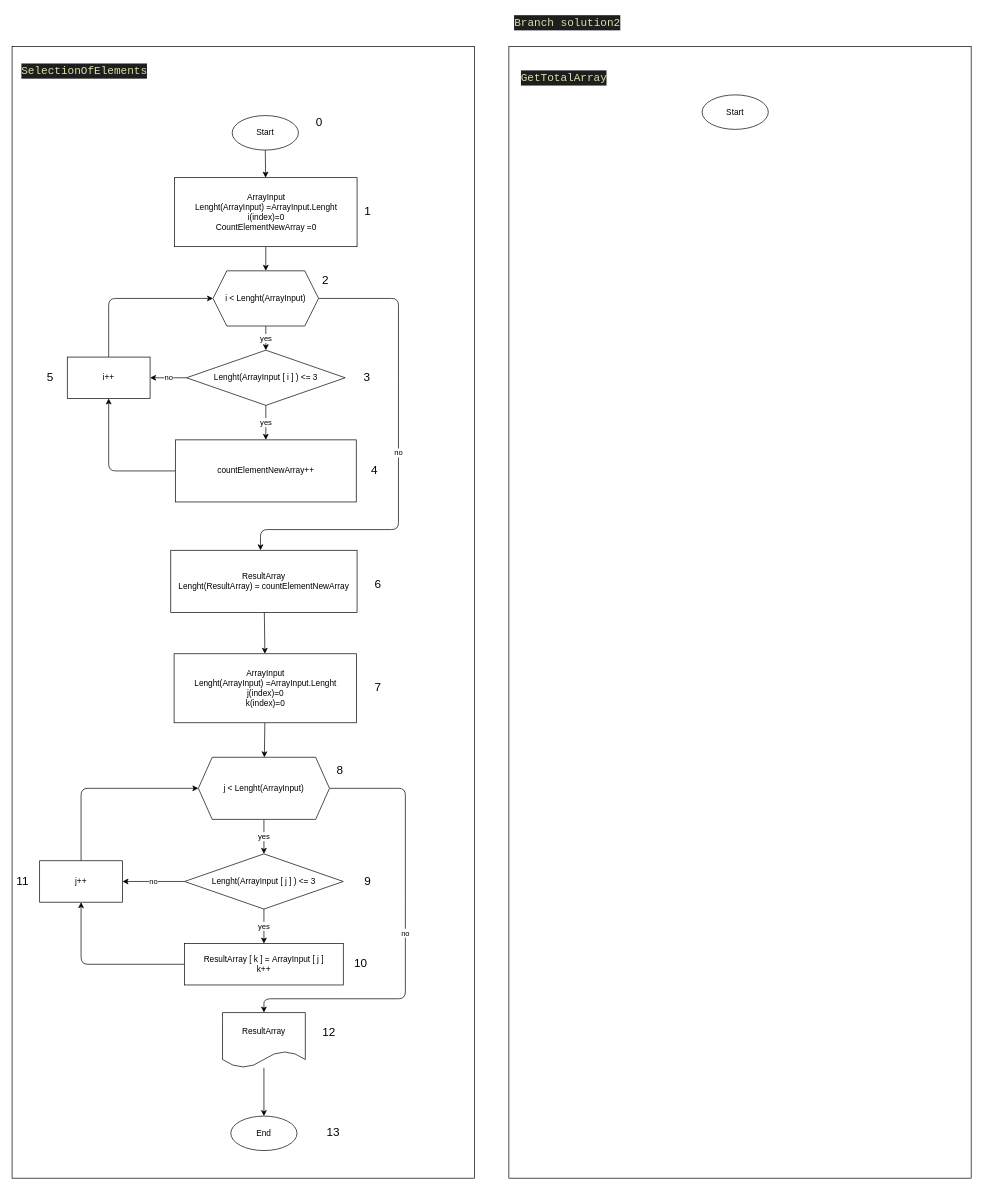
Above: Task/al.drawio in KuroTamashiAF/Final-test-work (draw.io), before the change. Source tidied: cells renumbered, new cells numbered last; positions are measured from the earlier drawing's top-left corner, leaving out a move shared by most shapes. Both pictures are drawn from the tidied source at 69%, with x=0, y=0 at pixel (12, 12).
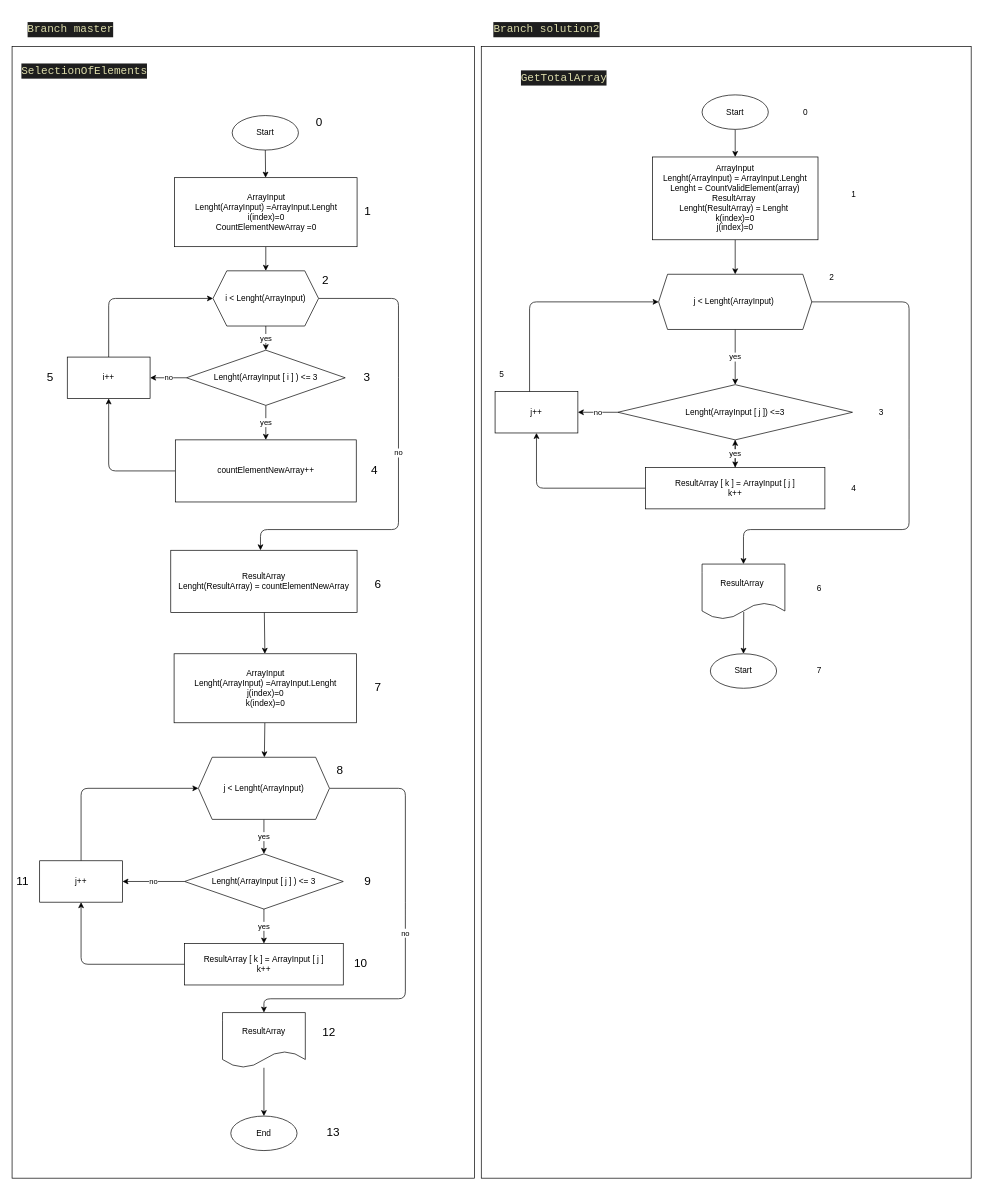
The same diagram, later.

Commit message:
add block diagram solution 2

The change refers to these unchanged cells:
```xml
<mxCell id="50" value="Start" style="ellipse;whiteSpace=wrap;html=1;" parent="1" vertex="1">
  <mxGeometry x="1000" y="120" width="96" height="50" as="geometry" />
</mxCell>
```

What changed in the source:
```diff
@@
     <mxCell id="2" style="rounded=0;whiteSpace=wrap;html=1;" parent="1" vertex="1">
-      <mxGeometry x="720" y="50" width="670" height="1640" as="geometry" />
+      <mxGeometry x="680" y="50" width="710" height="1640" as="geometry" />
     </mxCell>
@@
+    <mxCell id="53" style="edgeStyle=none;html=1;" parent="1" edge="1" source="50" target="55">
+      <mxGeometry relative="1" as="geometry" />
+    </mxCell>
@@
     <mxCell id="52" value="&lt;div style=&quot;background-color: rgb(30 , 30 , 30) ; font-family: &amp;#34;consolas&amp;#34; , &amp;#34;courier new&amp;#34; , monospace ; font-size: 16px ; line-height: 22px&quot;&gt;&lt;font color=&quot;#dcdcaa&quot;&gt;Branch solution2&lt;/font&gt;&lt;/div&gt;" style="text;html=1;strokeColor=none;fillColor=none;align=center;verticalAlign=middle;whiteSpace=wrap;rounded=0;" parent="1" vertex="1">
-      <mxGeometry x="720" width="170" height="30" as="geometry" />
+      <mxGeometry x="690" y="10" width="170" height="30" as="geometry" />
     </mxCell>
+    <mxCell id="54" style="edgeStyle=none;html=1;" parent="1" edge="1" source="55" target="57">
+      <mxGeometry relative="1" as="geometry" />
+    </mxCell>
+    <mxCell id="55" value="ArrayInput&lt;br&gt;Lenght(ArrayInput) = ArrayInput.Lenght&lt;br&gt;Lenght = CountValidElement(array)&lt;br&gt;ResultArray&amp;nbsp;&lt;br&gt;Lenght(ResultArray) = Lenght&amp;nbsp;&lt;br&gt;k(index)=0&lt;br&gt;j(index)=0" style="whiteSpace=wrap;html=1;" parent="1" vertex="1">
+      <mxGeometry x="928" y="210" width="240" height="120" as="geometry" />
+    </mxCell>
+    <mxCell id="56" value="yes" style="edgeStyle=none;html=1;" parent="1" edge="1" source="57" target="60">
+      <mxGeometry relative="1" as="geometry" />
+    </mxCell>
+    <mxCell id="57" value="j &amp;lt; Lenght(ArrayInput)&amp;nbsp;" style="shape=hexagon;perimeter=hexagonPerimeter2;whiteSpace=wrap;html=1;fixedSize=1;size=13;" parent="1" vertex="1">
+      <mxGeometry x="937" y="380" width="222" height="80" as="geometry" />
+    </mxCell>
+    <mxCell id="58" style="edgeStyle=none;html=1;" parent="1" edge="1" source="60" target="63">
+      <mxGeometry relative="1" as="geometry" />
+    </mxCell>
+    <mxCell id="59" value="no" style="edgeStyle=none;html=1;entryX=1;entryY=0.5;entryDx=0;entryDy=0;" parent="1" edge="1" source="60" target="65">
+      <mxGeometry relative="1" as="geometry" />
+    </mxCell>
+    <mxCell id="60" value="&lt;span&gt;Lenght(ArrayInput [ j ]) &amp;lt;=3&lt;/span&gt;" style="rhombus;whiteSpace=wrap;html=1;" parent="1" vertex="1">
+      <mxGeometry x="878" y="540" width="340" height="80" as="geometry" />
+    </mxCell>
+    <mxCell id="61" value="yes" style="edgeStyle=none;html=1;" parent="1" edge="1" source="63" target="60">
+      <mxGeometry relative="1" as="geometry" />
+    </mxCell>
+    <mxCell id="62" style="edgeStyle=none;html=1;" parent="1" edge="1" source="63" target="65">
+      <mxGeometry relative="1" as="geometry">
+        <Array as="points">
+          <mxPoint x="760" y="690" />
+        </Array>
+      </mxGeometry>
+    </mxCell>
+    <mxCell id="63" value="&lt;span&gt;ResultArray [ k ] =&amp;nbsp;&lt;/span&gt;ArrayInput [ j ]&lt;br&gt;k++" style="whiteSpace=wrap;html=1;" parent="1" vertex="1">
+      <mxGeometry x="918" y="660" width="260" height="60" as="geometry" />
+    </mxCell>
+    <mxCell id="64" value="&lt;div style=&quot;background-color: rgb(30 , 30 , 30) ; font-family: &amp;#34;consolas&amp;#34; , &amp;#34;courier new&amp;#34; , monospace ; font-size: 16px ; line-height: 22px&quot;&gt;&lt;font color=&quot;#dcdcaa&quot;&gt;Branch master&lt;/font&gt;&lt;/div&gt;" style="text;html=1;strokeColor=none;fillColor=none;align=center;verticalAlign=middle;whiteSpace=wrap;rounded=0;" parent="1" vertex="1">
+      <mxGeometry y="10" width="170" height="30" as="geometry" />
+    </mxCell>
+    <mxCell id="65" value="j++" style="whiteSpace=wrap;html=1;" parent="1" vertex="1">
+      <mxGeometry x="700" y="550" width="120" height="60" as="geometry" />
+    </mxCell>
+    <mxCell id="66" style="endArrow=classic;html=1;strokeColor=default;entryX=0;entryY=0.5;entryDx=0;entryDy=0;" parent="1" edge="1" target="57">
+      <mxGeometry relative="1" as="geometry">
+        <mxPoint x="750" y="550" as="sourcePoint" />
+        <Array as="points">
+          <mxPoint x="750" y="420" />
+        </Array>
+      </mxGeometry>
+    </mxCell>
+    <mxCell id="67" value="&lt;span&gt;ResultArray&amp;nbsp;&lt;/span&gt;" style="shape=document;whiteSpace=wrap;html=1;boundedLbl=1;" parent="1" vertex="1">
+      <mxGeometry x="1000" y="800" width="120" height="80" as="geometry" />
+    </mxCell>
+    <mxCell id="68" style="endArrow=classic;html=1;strokeColor=default;exitX=1;exitY=0.5;exitDx=0;exitDy=0;entryX=0.5;entryY=0;entryDx=0;entryDy=0;" parent="1" edge="1" source="57" target="67">
+      <mxGeometry relative="1" as="geometry">
+        <Array as="points">
+          <mxPoint x="1300" y="420" />
+          <mxPoint x="1300" y="610" />
+          <mxPoint x="1300" y="750" />
+          <mxPoint x="1060" y="750" />
+        </Array>
+      </mxGeometry>
+    </mxCell>
+    <mxCell id="69" value="Start" style="ellipse;whiteSpace=wrap;html=1;" parent="1" vertex="1">
+      <mxGeometry x="1012" y="930" width="96" height="50" as="geometry" />
+    </mxCell>
+    <mxCell id="70" style="endArrow=classic;html=1;strokeColor=default;entryX=0.5;entryY=0;entryDx=0;entryDy=0;exitX=0.503;exitY=0.867;exitDx=0;exitDy=0;exitPerimeter=0;" parent="1" edge="1" source="67" target="69">
+      <mxGeometry relative="1" as="geometry" />
+    </mxCell>
+    <mxCell id="71" value="0" style="text;html=1;strokeColor=none;fillColor=none;align=center;verticalAlign=middle;whiteSpace=wrap;rounded=0;" parent="1" vertex="1">
+      <mxGeometry x="1120" y="130" width="60" height="30" as="geometry" />
+    </mxCell>
+    <mxCell id="72" value="1" style="text;html=1;strokeColor=none;fillColor=none;align=center;verticalAlign=middle;whiteSpace=wrap;rounded=0;" parent="1" vertex="1">
+      <mxGeometry x="1190" y="250" width="60" height="30" as="geometry" />
+    </mxCell>
+    <mxCell id="73" value="2" style="text;html=1;strokeColor=none;fillColor=none;align=center;verticalAlign=middle;whiteSpace=wrap;rounded=0;" parent="1" vertex="1">
+      <mxGeometry x="1158" y="370" width="60" height="30" as="geometry" />
+    </mxCell>
+    <mxCell id="74" value="3" style="text;html=1;strokeColor=none;fillColor=none;align=center;verticalAlign=middle;whiteSpace=wrap;rounded=0;" parent="1" vertex="1">
+      <mxGeometry x="1230" y="565" width="60" height="30" as="geometry" />
+    </mxCell>
+    <mxCell id="75" value="4" style="text;html=1;strokeColor=none;fillColor=none;align=center;verticalAlign=middle;whiteSpace=wrap;rounded=0;" parent="1" vertex="1">
+      <mxGeometry x="1190" y="675" width="60" height="30" as="geometry" />
+    </mxCell>
+    <mxCell id="76" value="5" style="text;html=1;strokeColor=none;fillColor=none;align=center;verticalAlign=middle;whiteSpace=wrap;rounded=0;" parent="1" vertex="1">
+      <mxGeometry x="680" y="510" width="60" height="30" as="geometry" />
+    </mxCell>
+    <mxCell id="77" value="6" style="text;html=1;strokeColor=none;fillColor=none;align=center;verticalAlign=middle;whiteSpace=wrap;rounded=0;" parent="1" vertex="1">
+      <mxGeometry x="1140" y="820" width="60" height="30" as="geometry" />
+    </mxCell>
+    <mxCell id="78" value="7" style="text;html=1;strokeColor=none;fillColor=none;align=center;verticalAlign=middle;whiteSpace=wrap;rounded=0;" parent="1" vertex="1">
+      <mxGeometry x="1140" y="940" width="60" height="30" as="geometry" />
+    </mxCell>
```
